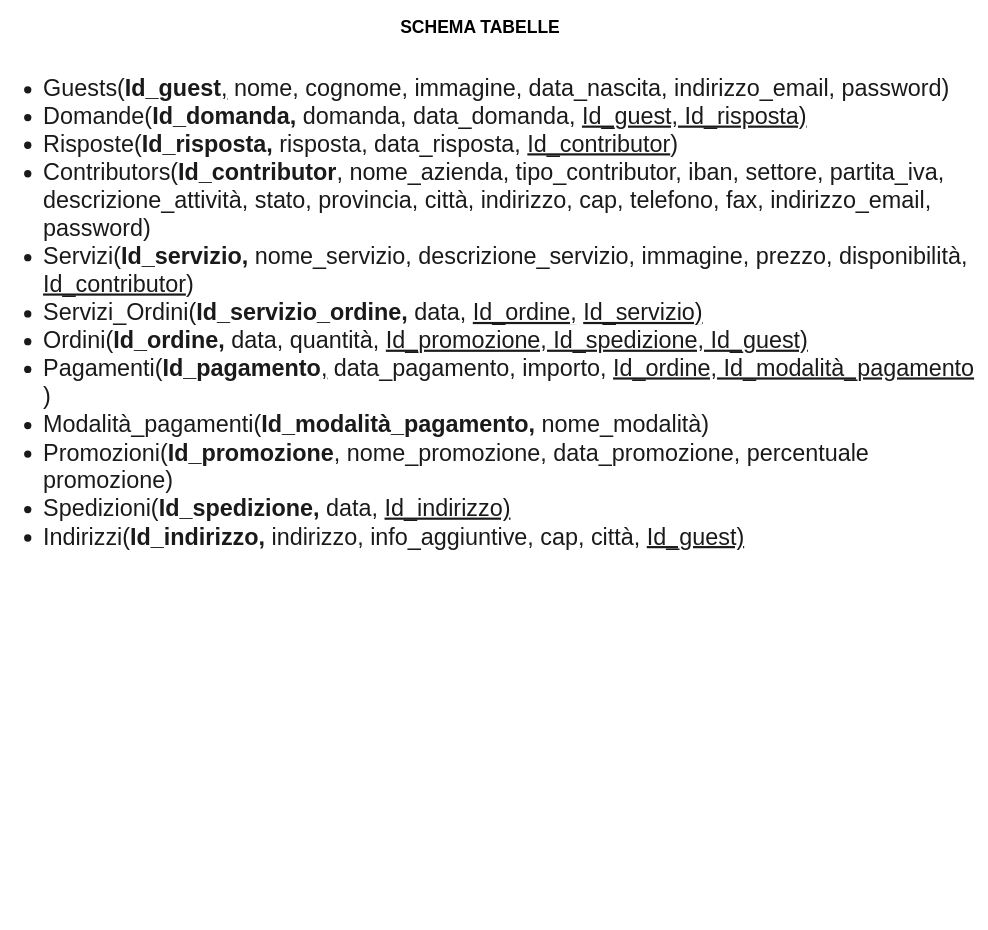
Above: SCHEMATABELLE.drawio in giadaventurini-pixel/giadaventurini-5binf (draw.io), before the change. Source tidied: cells renumbered, new cells numbered last; positions are measured from the earlier drawing's top-left corner, leaving out a move shared by most shapes. Both pictures are drawn from the tidied source at 73%, with x=0, y=0 at pixel (12, 12).
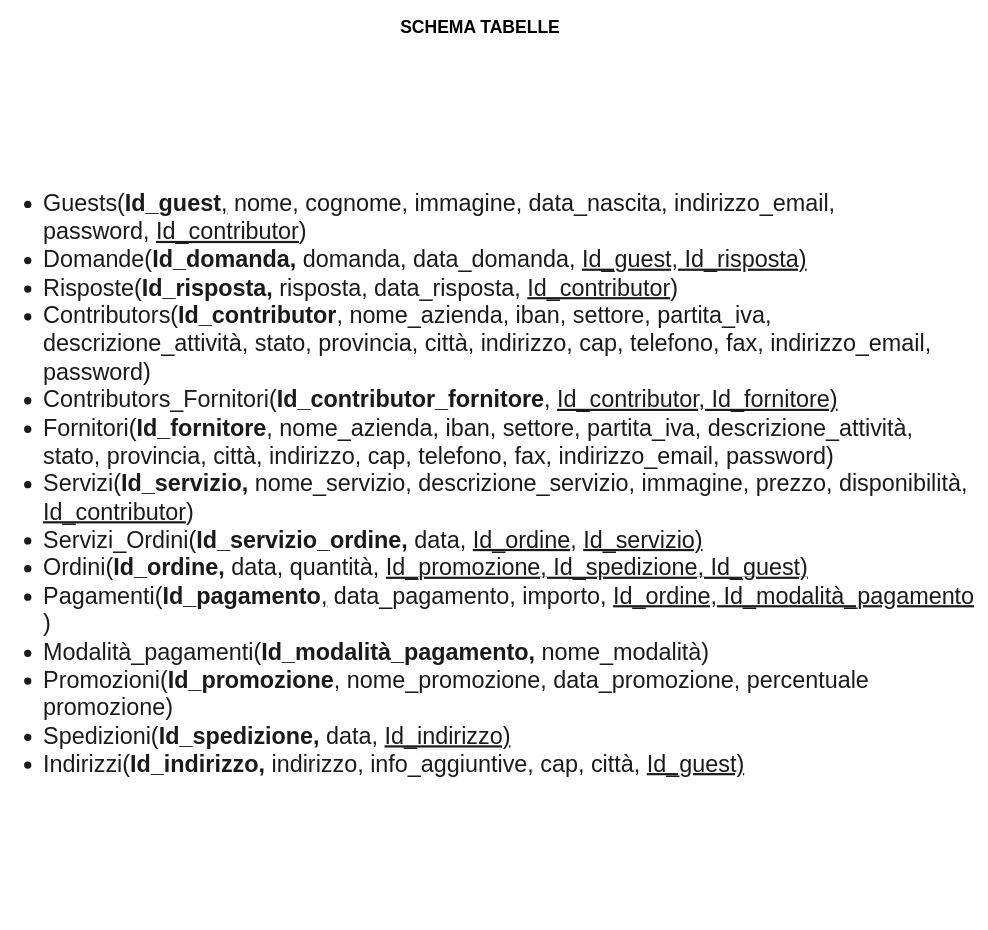
Above is the later version.

Diff of the diagram source:
```diff
@@
 <mxGraphModel>
   <root>
     <mxCell id="0" />
     <mxCell id="1" parent="0" />
-    <mxCell id="2" value="&lt;ul style=&quot;font-size: 32px&quot;&gt;&lt;li style=&quot;font-size: 32px&quot;&gt;Guests(&lt;b&gt;Id_guest&lt;/b&gt;&lt;u&gt;,&lt;/u&gt;&amp;nbsp;nome, cognome, immagine, data_nascita, indirizzo_email, password)&lt;/li&gt;&lt;li style=&quot;font-size: 32px&quot;&gt;Domande(&lt;b&gt;Id_domanda, &lt;/b&gt;domanda, data_domanda, &lt;u&gt;Id_guest, Id_risposta)&lt;/u&gt;&lt;/li&gt;&lt;li style=&quot;font-size: 32px&quot;&gt;Risposte(&lt;b&gt;Id_risposta,&lt;/b&gt;&amp;nbsp;risposta, data_risposta&lt;u&gt;,&lt;/u&gt; &lt;u&gt;Id_contributor&lt;/u&gt;)&lt;/li&gt;&lt;li style=&quot;font-size: 32px&quot;&gt;Contributors(&lt;b&gt;Id_contributor&lt;/b&gt;&lt;u&gt;,&lt;/u&gt;&amp;nbsp;nome_azienda, tipo_contributor, iban, settore, partita_iva, descrizione_attività, stato, provincia, città, indirizzo, cap, telefono, fax, indirizzo_email, password)&lt;/li&gt;&lt;li style=&quot;font-size: 32px&quot;&gt;Servizi(&lt;b&gt;Id_servizio, &lt;/b&gt;nome_servizio, descrizione_servizio, immagine, prezzo, disponibilità, &lt;u&gt;Id_contributor&lt;/u&gt;)&lt;/li&gt;&lt;li style=&quot;font-size: 32px&quot;&gt;Servizi_Ordini(&lt;b&gt;Id_servizio_ordine, &lt;/b&gt;data, &lt;u&gt;Id_ordine,&lt;/u&gt; &lt;u&gt;Id_servizio)&lt;/u&gt;&lt;/li&gt;&lt;li style=&quot;font-size: 32px&quot;&gt;Ordini(&lt;b&gt;Id_ordine, &lt;/b&gt;data,&amp;nbsp;quantità, &lt;u&gt;Id_promozione, Id_spedizione, Id_guest)&lt;/u&gt;&lt;/li&gt;&lt;li style=&quot;font-size: 32px&quot;&gt;Pagamenti(&lt;b&gt;Id_pagamento&lt;/b&gt;&lt;u&gt;,&lt;/u&gt;&amp;nbsp;data_pagamento, importo, &lt;u&gt;Id_ordine, Id_modalità_pagamento&lt;/u&gt; )&lt;/li&gt;&lt;li style=&quot;font-size: 32px&quot;&gt;Modalità_pagamenti(&lt;b&gt;Id_modalità_pagamento,&lt;/b&gt;&amp;nbsp;nome_modalità)&lt;/li&gt;&lt;li style=&quot;font-size: 32px&quot;&gt;Promozioni(&lt;b&gt;Id_promozione&lt;/b&gt;, nome_promozione, data_promozione, percentuale promozione)&lt;/li&gt;&lt;li style=&quot;font-size: 32px&quot;&gt;Spedizioni(&lt;b&gt;Id_spedizione,&lt;/b&gt;&amp;nbsp;data, &lt;u&gt;Id_indirizzo)&lt;/u&gt;&lt;/li&gt;&lt;li style=&quot;font-size: 32px&quot;&gt;Indirizzi(&lt;b&gt;Id_indirizzo, &lt;/b&gt;indirizzo, info_aggiuntive, cap, città, &lt;u&gt;Id_guest)&lt;/u&gt;&lt;/li&gt;&lt;/ul&gt;" style="text;strokeColor=none;fillColor=none;html=1;whiteSpace=wrap;verticalAlign=middle;overflow=hidden;rounded=0;sketch=0;fontColor=#1A1A1A;fontSize=32;" parent="1" vertex="1">
-      <mxGeometry y="50" width="1320" height="710" as="geometry" />
+    <mxCell id="2" value="&lt;ul style=&quot;font-size: 32px&quot;&gt;&lt;li style=&quot;font-size: 32px&quot;&gt;Guests(&lt;b&gt;Id_guest&lt;/b&gt;&lt;u&gt;,&lt;/u&gt;&amp;nbsp;nome, cognome, immagine, data_nascita, indirizzo_email, password,&amp;nbsp;&lt;u&gt;Id_contributor&lt;/u&gt;)&lt;/li&gt;&lt;li style=&quot;font-size: 32px&quot;&gt;Domande(&lt;b&gt;Id_domanda, &lt;/b&gt;domanda, data_domanda, &lt;u&gt;Id_guest, Id_risposta)&lt;/u&gt;&lt;/li&gt;&lt;li style=&quot;font-size: 32px&quot;&gt;Risposte(&lt;b&gt;Id_risposta,&lt;/b&gt;&amp;nbsp;risposta, data_risposta&lt;u&gt;,&lt;/u&gt; &lt;u&gt;Id_contributor&lt;/u&gt;)&lt;/li&gt;&lt;li style=&quot;font-size: 32px&quot;&gt;Contributors(&lt;b&gt;Id_contributor&lt;/b&gt;&lt;u&gt;,&lt;/u&gt;&amp;nbsp;nome_azienda, iban, settore, partita_iva, descrizione_attività, stato, provincia, città, indirizzo, cap, telefono, fax, indirizzo_email, password)&lt;/li&gt;&lt;li style=&quot;font-size: 32px&quot;&gt;Contributors_Fornitori(&lt;b&gt;Id_contributor_fornitore&lt;/b&gt;,&lt;b&gt;&amp;nbsp;&lt;/b&gt;&lt;u&gt;Id_contributor, Id_fornitore)&lt;/u&gt;&lt;/li&gt;&lt;li&gt;Fornitori(&lt;b&gt;Id_fornitore&lt;/b&gt;&lt;u&gt;,&lt;/u&gt;&amp;nbsp;nome_azienda, iban, settore, partita_iva, descrizione_attività, stato, provincia, città, indirizzo, cap, telefono, fax, indirizzo_email, password)&lt;/li&gt;&lt;li style=&quot;font-size: 32px&quot;&gt;Servizi(&lt;b&gt;Id_servizio, &lt;/b&gt;nome_servizio, descrizione_servizio, immagine, prezzo, disponibilità, &lt;u&gt;Id_contributor&lt;/u&gt;)&lt;/li&gt;&lt;li style=&quot;font-size: 32px&quot;&gt;Servizi_Ordini(&lt;b&gt;Id_servizio_ordine, &lt;/b&gt;data, &lt;u&gt;Id_ordine,&lt;/u&gt; &lt;u&gt;Id_servizio)&lt;/u&gt;&lt;/li&gt;&lt;li style=&quot;font-size: 32px&quot;&gt;Ordini(&lt;b&gt;Id_ordine, &lt;/b&gt;data,&amp;nbsp;quantità, &lt;u&gt;Id_promozione, Id_spedizione, Id_guest)&lt;/u&gt;&lt;/li&gt;&lt;li style=&quot;font-size: 32px&quot;&gt;Pagamenti(&lt;b&gt;Id_pagamento&lt;/b&gt;&lt;u&gt;,&lt;/u&gt;&amp;nbsp;data_pagamento, importo, &lt;u&gt;Id_ordine, Id_modalità_pagamento&lt;/u&gt; )&lt;/li&gt;&lt;li style=&quot;font-size: 32px&quot;&gt;Modalità_pagamenti(&lt;b&gt;Id_modalità_pagamento,&lt;/b&gt;&amp;nbsp;nome_modalità)&lt;/li&gt;&lt;li style=&quot;font-size: 32px&quot;&gt;Promozioni(&lt;b&gt;Id_promozione&lt;/b&gt;, nome_promozione, data_promozione, percentuale promozione)&lt;/li&gt;&lt;li style=&quot;font-size: 32px&quot;&gt;Spedizioni(&lt;b&gt;Id_spedizione,&lt;/b&gt;&amp;nbsp;data, &lt;u&gt;Id_indirizzo)&lt;/u&gt;&lt;/li&gt;&lt;li style=&quot;font-size: 32px&quot;&gt;Indirizzi(&lt;b&gt;Id_indirizzo, &lt;/b&gt;indirizzo, info_aggiuntive, cap, città, &lt;u&gt;Id_guest)&lt;/u&gt;&lt;/li&gt;&lt;/ul&gt;" style="text;strokeColor=none;fillColor=none;html=1;whiteSpace=wrap;verticalAlign=middle;overflow=hidden;rounded=0;sketch=0;fontColor=#1A1A1A;fontSize=32;" parent="1" vertex="1">
+      <mxGeometry y="50" width="1320" height="1190" as="geometry" />
     </mxCell>
     <mxCell id="3" value="SCHEMA TABELLE" style="text;strokeColor=none;fillColor=none;html=1;fontSize=24;fontStyle=1;verticalAlign=middle;align=center;rounded=0;sketch=0;" parent="1" vertex="1">
       <mxGeometry x="590" width="100" height="40" as="geometry" />
     </mxCell>
   </root>
 </mxGraphModel>
```
